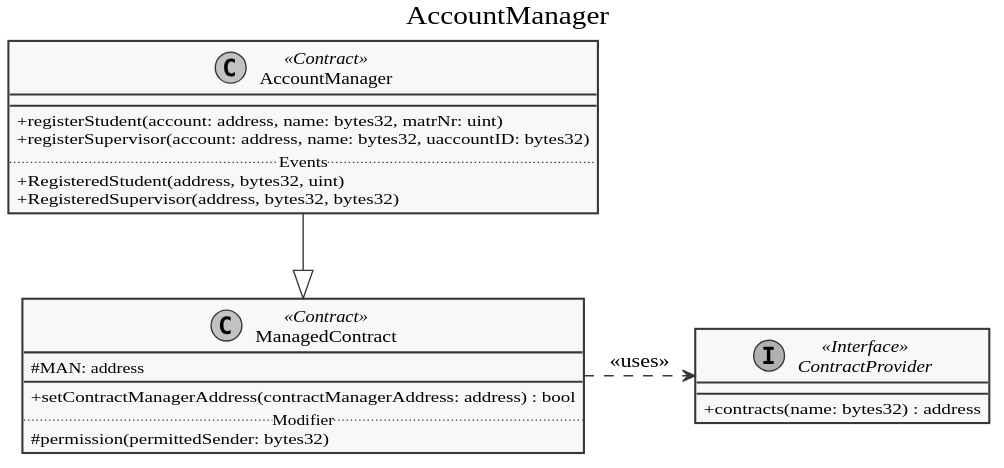
Before: doc/diagrams/export/contracts/accountmanager.svg, a diagram exported from PlantUML (dev-tee/blockpass). Source of this version:
```plantuml
@startuml


skinparam monochrome true
skinparam shadowing false
skinparam classAttributeIconSize 0
skinparam defaultFontName "Source Sans Pro Semibold"








title Owned

class Owned << Contract >> {
  +owner: address
  __
  +Owned()
  .. Modifier ..
  #onlyOwner()
}



title ContractProvider

interface ContractProvider << Interface >> {
  +contracts(name: bytes32) : address
}


title ContractManager

class ContractManager << Contract >> {
  +contracts: mapping {name: bytes32 => address}
  +addContract(contractName: bytes32, contractAddress: address) : bool {onlyOwner}
}

ContractManager -up-|> Owned

ContractManager .down.|> ContractProvider


title ManagedContract

class ManagedContract << Contract >> {
  #MAN: address
  __
  +setContractManagerAddress(contractManagerAddress: address) : bool
  .. Modifier ..
  #permission(permittedSender: bytes32)
}

ManagedContract .right.> ContractProvider : << uses >>
ManagedContract -up-> ContractManager

hide Owned


title AccountManager

class AccountManager << Contract >> {
  __
  +registerStudent(account: address, name: bytes32, matrNr: uint)
  +registerSupervisor(account: address, name: bytes32, uaccountID: bytes32)
  .. Events ..
  +RegisteredStudent(address, bytes32, uint)
  +RegisteredSupervisor(address, bytes32, bytes32)
}

AccountManager -down-|> ManagedContract

hide ContractManager


@enduml
```
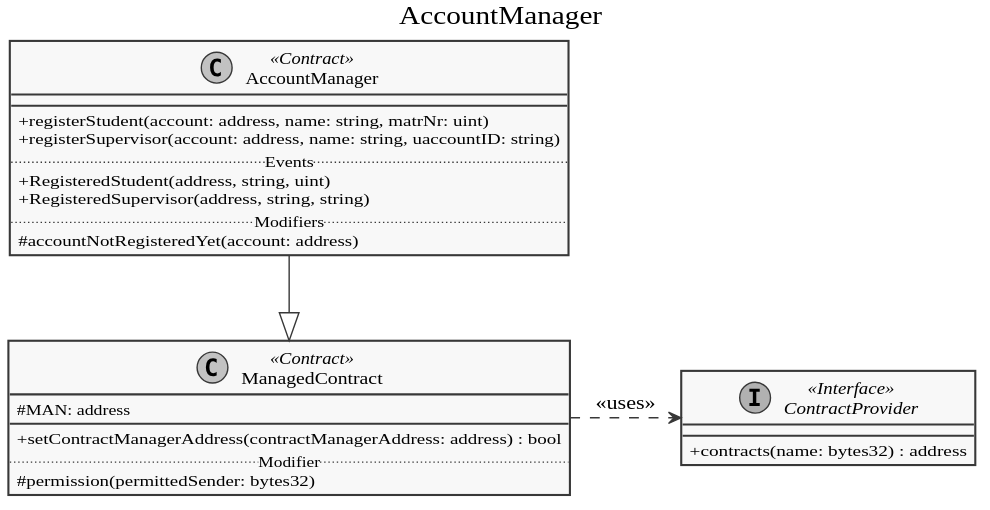
The same file after the commit.

Diff of the diagram source:
```diff
@@ -36,7 +36,7 @@
 
 class ContractManager << Contract >> {
   +contracts: mapping {name: bytes32 => address}
-  +addContract(contractName: bytes32, contractAddress: address) : bool {onlyOwner}
+  +setContract(contractName: bytes32, contractAddress: address) : bool {onlyOwner}
 }
 
 ContractManager -up-|> Owned
@@ -64,11 +64,13 @@
 
 class AccountManager << Contract >> {
   __
-  +registerStudent(account: address, name: bytes32, matrNr: uint)
-  +registerSupervisor(account: address, name: bytes32, uaccountID: bytes32)
+  +registerStudent(account: address, name: string, matrNr: uint)
+  +registerSupervisor(account: address, name: string, uaccountID: string)
   .. Events ..
-  +RegisteredStudent(address, bytes32, uint)
-  +RegisteredSupervisor(address, bytes32, bytes32)
+  +RegisteredStudent(address, string, uint)
+  +RegisteredSupervisor(address, string, string)
+  .. Modifiers ..
+  #accountNotRegisteredYet(account: address)
 }
 
 AccountManager -down-|> ManagedContract
```
